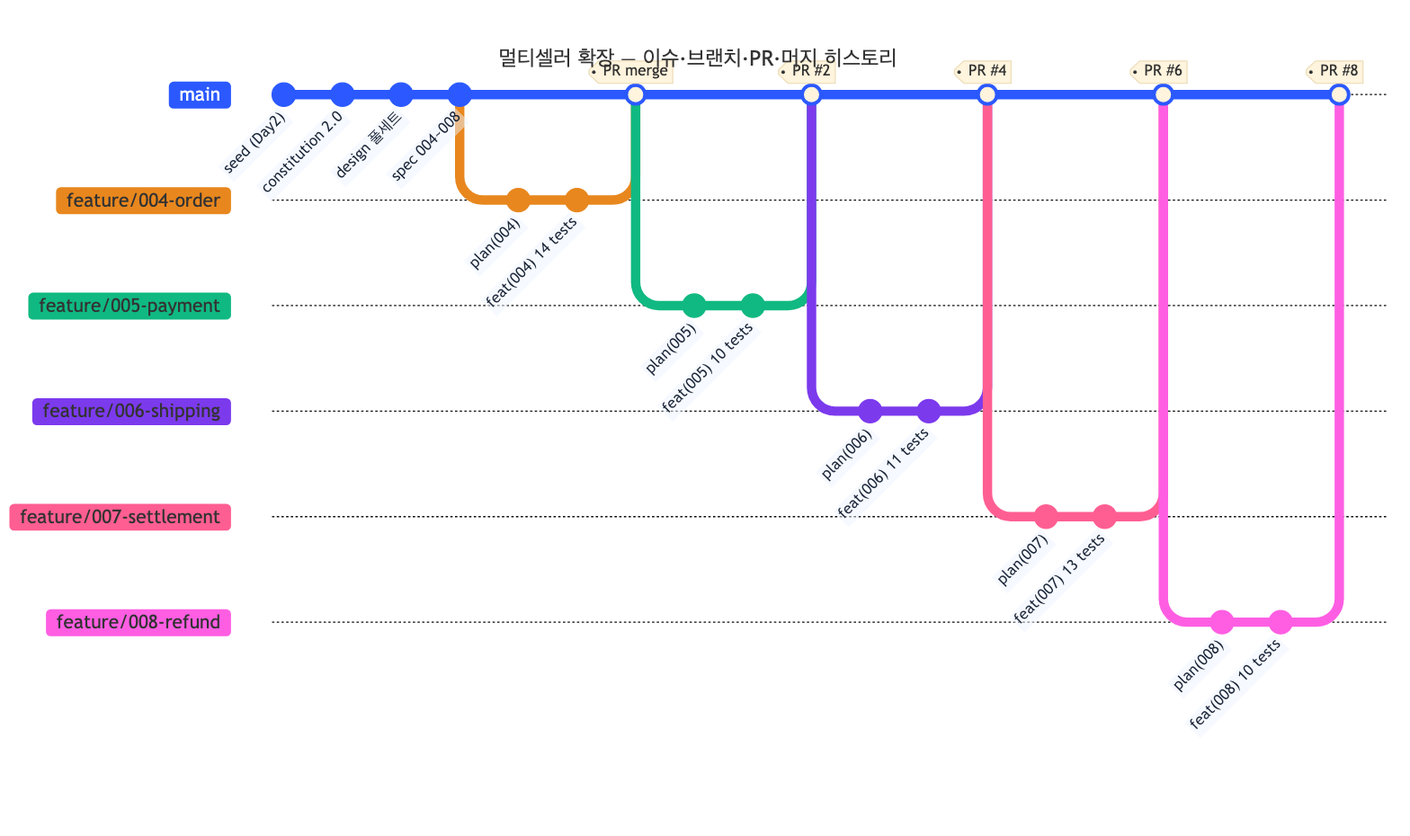
This is courses/software-design-with-spec-kit/labs/speckit-ecommerce-fullscale/design/diagrams/git-graph.png from kosta-ai-lab/ai-native-sdlc, a Mermaid export, as it was before one commit. Its source is kept beside it as courses/software-design-with-spec-kit/labs/speckit-ecommerce-fullscale/design/diagrams/git-graph.mmd. The source it was exported from:
```mermaid
---
title: 멀티셀러 확장 — 이슈·브랜치·PR·머지 히스토리
config:
  theme: base
  themeVariables:
    git0: "#2b59ff"
    git1: "#E8871E"
    git2: "#10B981"
    git3: "#7C3AED"
    gitBranchLabel0: "#ffffff"
    commitLabelColor: "#1E293B"
    commitLabelBackground: "#EEF3FF"
    commitLabelFontSize: "13px"
    tagLabelFontSize: "13px"
  gitGraph:
    showCommitLabel: true
    mainBranchName: main
---
gitGraph
  commit id: "seed (Day2)"
  commit id: "constitution 2.0"
  commit id: "design 풀세트"
  commit id: "spec 004~008"
  branch feature/004-order
  checkout feature/004-order
  commit id: "plan(004)"
  commit id: "feat(004) 14 tests"
  checkout main
  merge feature/004-order tag: "PR merge"
  branch feature/005-payment
  checkout feature/005-payment
  commit id: "plan(005)"
  commit id: "feat(005) 10 tests"
  checkout main
  merge feature/005-payment tag: "PR #2"
  branch feature/006-shipping
  checkout feature/006-shipping
  commit id: "plan(006)"
  commit id: "feat(006) 11 tests"
  checkout main
  merge feature/006-shipping tag: "PR #4"
  branch feature/007-settlement
  checkout feature/007-settlement
  commit id: "plan(007)"
  commit id: "feat(007) 13 tests"
  checkout main
  merge feature/007-settlement tag: "PR #6"
  branch feature/008-refund
  checkout feature/008-refund
  commit id: "plan(008)"
  commit id: "feat(008) 10 tests"
  checkout main
  merge feature/008-refund tag: "PR #8"
```
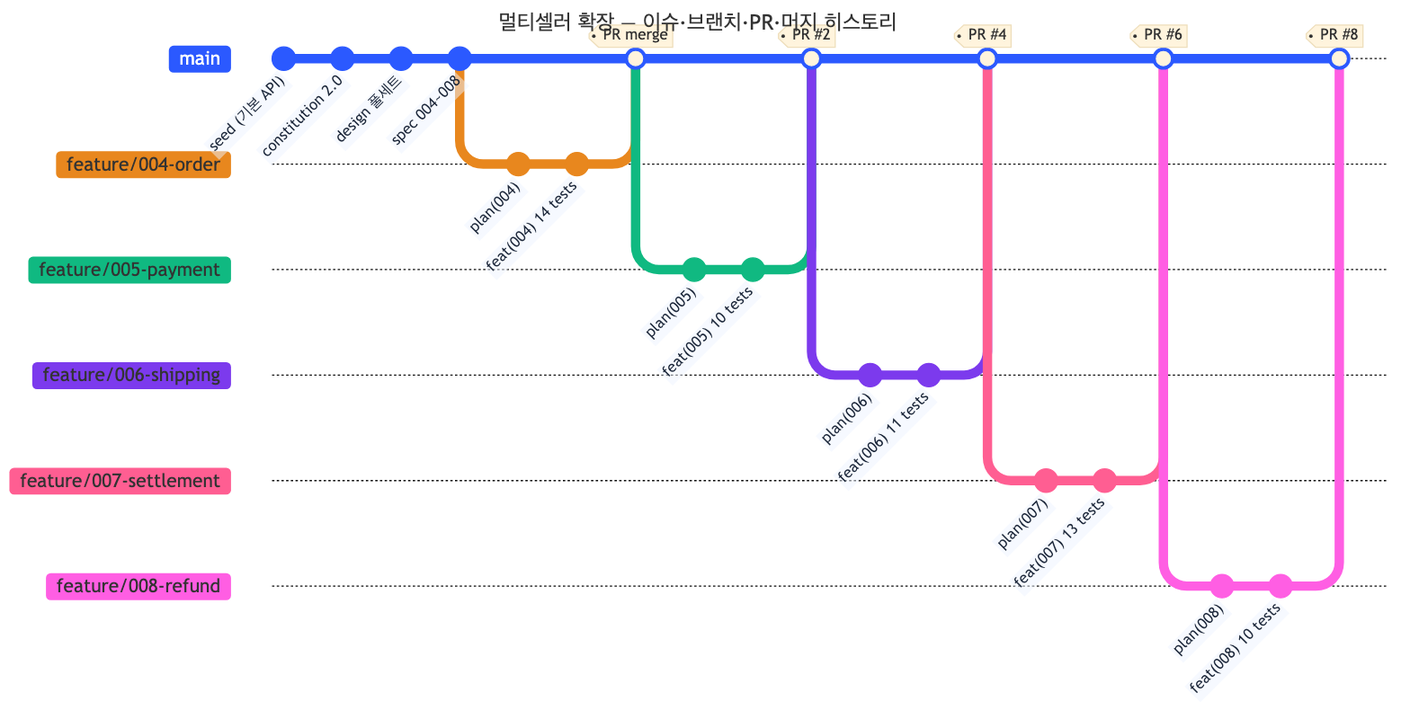
Later version of the same file.

Change to the diagram source:
```diff
@@ -17,7 +17,7 @@
     mainBranchName: main
 ---
 gitGraph
-  commit id: "seed (Day2)"
+  commit id: "seed (기본 API)"
   commit id: "constitution 2.0"
   commit id: "design 풀세트"
   commit id: "spec 004~008"
```
